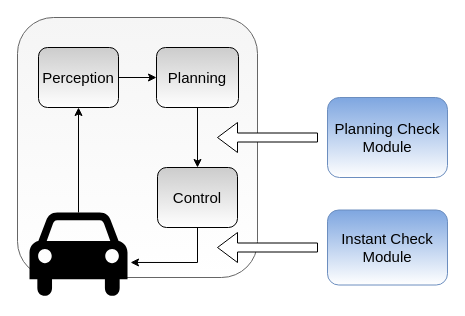
Above: source/workflow-of-LabDriver.drawio in smallzjuer/AVUnit (draw.io), before the change. Source tidied: cells renumbered, new cells numbered last; positions are measured from the earlier drawing's top-left corner, leaving out a move shared by most shapes. Both pictures are drawn from the tidied source at 100%, with x=0, y=0 at pixel (17, 17).
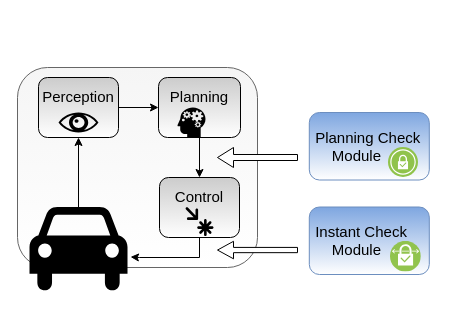
The same page after the edit.

What changed in the source:
```diff
@@
     <mxCell id="2" style="rounded=1;whiteSpace=wrap;html=1;fontSize=19;fillColor=#f5f5f5;fontColor=#333333;strokeColor=#666666;gradientColor=#ffffff;" parent="1" vertex="1">
-      <mxGeometry width="240" height="260" as="geometry" />
+      <mxGeometry y="50" width="240" height="200" as="geometry" />
     </mxCell>
@@
     <mxCell id="4" style="shape=mxgraph.signs.transportation.car_4;html=1;fillColor=#000000;strokeColor=none;verticalLabelPosition=bottom;verticalAlign=top;align=center;sketch=0;fontSize=19;" parent="1" vertex="1">
-      <mxGeometry x="12" y="195" width="98" height="86" as="geometry" />
+      <mxGeometry x="12" y="189.5" width="98" height="86" as="geometry" />
     </mxCell>
@@
-    <mxCell id="6" value="&lt;font style=&quot;font-size: 15px&quot;&gt;Perception&lt;/font&gt;" style="rounded=1;whiteSpace=wrap;html=1;fontSize=19;fillColor=#CCCCCC;gradientColor=#ffffff;" parent="1" vertex="1">
-      <mxGeometry x="21" y="30" width="80" height="60" as="geometry" />
+    <mxCell id="6" value="&lt;div&gt;&lt;font style=&quot;font-size: 15px&quot;&gt;Perception&lt;/font&gt;&lt;/div&gt;&lt;div&gt;&lt;font style=&quot;font-size: 15px&quot;&gt;&lt;br&gt;&lt;/font&gt;&lt;/div&gt;" style="rounded=1;whiteSpace=wrap;html=1;fontSize=19;fillColor=#CCCCCC;gradientColor=#ffffff;" parent="1" vertex="1">
+      <mxGeometry x="21" y="60" width="80" height="60" as="geometry" />
     </mxCell>
@@
-    <mxCell id="8" value="&lt;font style=&quot;font-size: 15px&quot;&gt;Planning&lt;/font&gt;" style="rounded=1;whiteSpace=wrap;html=1;fontSize=19;fillColor=#CCCCCC;gradientColor=#ffffff;" parent="1" vertex="1">
-      <mxGeometry x="139" y="30" width="82" height="60" as="geometry" />
+    <mxCell id="8" value="&lt;div&gt;&lt;font style=&quot;font-size: 15px&quot;&gt;Planning&lt;/font&gt;&lt;/div&gt;&lt;div&gt;&lt;font style=&quot;font-size: 15px&quot;&gt;&lt;br&gt;&lt;/font&gt;&lt;/div&gt;" style="rounded=1;whiteSpace=wrap;html=1;fontSize=19;fillColor=#CCCCCC;gradientColor=#ffffff;" parent="1" vertex="1">
+      <mxGeometry x="141" y="60" width="82" height="60" as="geometry" />
     </mxCell>
@@
-    <mxCell id="10" value="&lt;font style=&quot;font-size: 15px&quot;&gt;Control&lt;/font&gt;" style="rounded=1;whiteSpace=wrap;html=1;fontSize=19;fillColor=#CCCCCC;gradientColor=#ffffff;" parent="1" vertex="1">
-      <mxGeometry x="140" y="150" width="80" height="60" as="geometry" />
+    <mxCell id="10" value="&lt;div&gt;&lt;font style=&quot;font-size: 15px&quot;&gt;Control&lt;/font&gt;&lt;/div&gt;&lt;div&gt;&lt;font style=&quot;font-size: 15px&quot;&gt;&lt;br&gt;&lt;/font&gt;&lt;/div&gt;" style="rounded=1;whiteSpace=wrap;html=1;fontSize=19;fillColor=#CCCCCC;gradientColor=#ffffff;" parent="1" vertex="1">
+      <mxGeometry x="142" y="160" width="80" height="60" as="geometry" />
     </mxCell>
@@
-    <mxCell id="12" value="&lt;div&gt;Planning Check &lt;br&gt;&lt;/div&gt;&lt;div&gt;Module&lt;br&gt;&lt;/div&gt;" style="rounded=1;whiteSpace=wrap;html=1;fontSize=15;fillColor=#7EA6E0;strokeColor=#6c8ebf;gradientColor=#ffffff;" parent="1" vertex="1">
-      <mxGeometry x="310" y="80" width="120" height="80" as="geometry" />
+    <mxCell id="12" value="&lt;div align=&quot;left&quot;&gt;&amp;nbsp;Planning Check &lt;br&gt;&lt;/div&gt;&lt;div align=&quot;left&quot;&gt;&amp;nbsp;&amp;nbsp;&amp;nbsp;&amp;nbsp; Module&lt;br&gt;&lt;/div&gt;" style="rounded=1;whiteSpace=wrap;html=1;fontSize=15;fillColor=#7EA6E0;strokeColor=#6c8ebf;gradientColor=#ffffff;align=left;" parent="1" vertex="1">
+      <mxGeometry x="291.8" y="95" width="120" height="67.5" as="geometry" />
     </mxCell>
-    <mxCell id="13" value="&lt;div&gt;Instant Check&lt;/div&gt;&lt;div&gt;Module&lt;br&gt;&lt;/div&gt;" style="rounded=1;whiteSpace=wrap;html=1;fontSize=15;fillColor=#7EA6E0;strokeColor=#6c8ebf;gradientColor=#ffffff;" parent="1" vertex="1">
-      <mxGeometry x="310" y="192.5" width="120" height="75" as="geometry" />
-    </mxCell>
     <mxCell id="14" style="shape=singleArrow;direction=west;whiteSpace=wrap;html=1;fontSize=15;" parent="1" vertex="1">
-      <mxGeometry x="200" y="105" width="100" height="30" as="geometry" />
+      <mxGeometry x="200" y="130" width="80" height="20" as="geometry" />
     </mxCell>
     <mxCell id="15" style="shape=singleArrow;direction=west;whiteSpace=wrap;html=1;fontSize=15;" parent="1" vertex="1">
-      <mxGeometry x="200" y="215" width="100" height="30" as="geometry" />
+      <mxGeometry x="200" y="223.8" width="80" height="17.5" as="geometry" />
     </mxCell>
+    <mxCell id="13" value="&lt;div align=&quot;left&quot;&gt;&amp;nbsp;Instant Check&lt;/div&gt;&lt;div align=&quot;left&quot;&gt;&amp;nbsp;&amp;nbsp;&amp;nbsp;&amp;nbsp; Module&lt;br&gt;&lt;/div&gt;" style="rounded=1;whiteSpace=wrap;html=1;fontSize=15;fillColor=#7EA6E0;strokeColor=#6c8ebf;gradientColor=#ffffff;align=left;" parent="1" vertex="1">
+      <mxGeometry x="291.8" y="189.5" width="120" height="67.5" as="geometry" />
+    </mxCell>
+    <mxCell id="16" style="shape=mxgraph.signs.healthcare.eye;html=1;fillColor=#000000;strokeColor=none;verticalLabelPosition=bottom;verticalAlign=top;align=center;sketch=0;fontSize=15;" parent="1" vertex="1">
+      <mxGeometry x="41" y="95" width="40" height="20" as="geometry" />
+    </mxCell>
+    <mxCell id="17" style="shape=mxgraph.signs.healthcare.mental_health;html=1;fillColor=#000000;strokeColor=none;verticalLabelPosition=bottom;verticalAlign=top;align=center;sketch=0;fontSize=15;" parent="1" vertex="1">
+      <mxGeometry x="160" y="90" width="28" height="30" as="geometry" />
+    </mxCell>
+    <mxCell id="18" style="shape=mxgraph.signs.travel.point_of_interest;html=1;fillColor=#000000;strokeColor=none;verticalLabelPosition=bottom;verticalAlign=top;align=center;sketch=0;fontSize=15;" parent="1" vertex="1">
+      <mxGeometry x="168" y="189.5" width="28" height="29" as="geometry" />
+    </mxCell>
+    <mxCell id="19" style="perimeter=ellipsePerimeter;html=1;align=center;shadow=0;dashed=0;fontColor=#4277BB;labelBackgroundColor=#ffffff;fontSize=12;spacingTop=3;image;image=img/lib/ibm/vpc/VPNGateway.svg;fillColor=#CCCCCC;gradientColor=#ffffff;" parent="1" vertex="1">
+      <mxGeometry x="371" y="130" width="30" height="30" as="geometry" />
+    </mxCell>
+    <mxCell id="20" style="perimeter=ellipsePerimeter;html=1;align=center;shadow=0;dashed=0;fontColor=#4277BB;labelBackgroundColor=#ffffff;fontSize=12;spacingTop=3;image;image=img/lib/ibm/vpc/VPNConnection.svg;fillColor=#CCCCCC;gradientColor=#ffffff;" parent="1" vertex="1">
+      <mxGeometry x="373" y="223.8" width="30.8" height="30.8" as="geometry" />
+    </mxCell>
```
